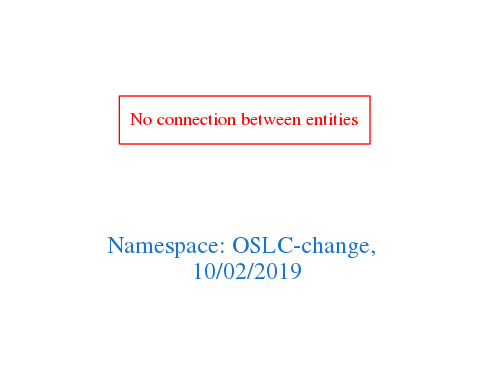
Above: downloads/OSLC-change.png in arago/OGIT (Graphviz), before the change. Its source is kept beside it as downloads/OSLC-change.dot.
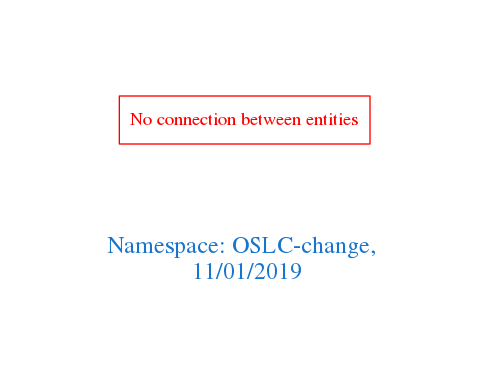
The same file after the commit.

The edit, as a diff of the source:
```diff
@@ -1,7 +1,7 @@
 digraph OGIT_ontology {
  graph [ rankdir= LR,pad=1
 fontsize = 18,
-fontcolor= dodgerblue3,label = "\n\n\nNamespace: OSLC-change, \n 10/02/2019"];
+fontcolor= dodgerblue3,label = "\n\n\nNamespace: OSLC-change, \n 11/01/2019"];
 node[shape=polygon];
 edge [  color="gray81"];
 
```
